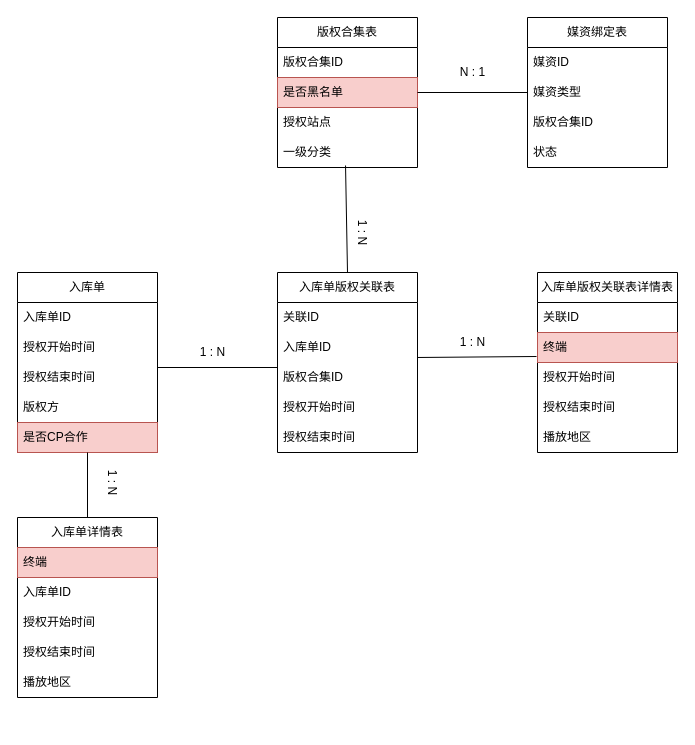
Above: 任务表.drawio in hnzhouzhoujay/Activity (draw.io), before the change. Source tidied: cells renumbered, new cells numbered last; positions are measured from the earlier drawing's top-left corner, leaving out a move shared by most shapes. Both pictures are drawn from the tidied source at 100%, with x=0, y=0 at pixel (17, 17).
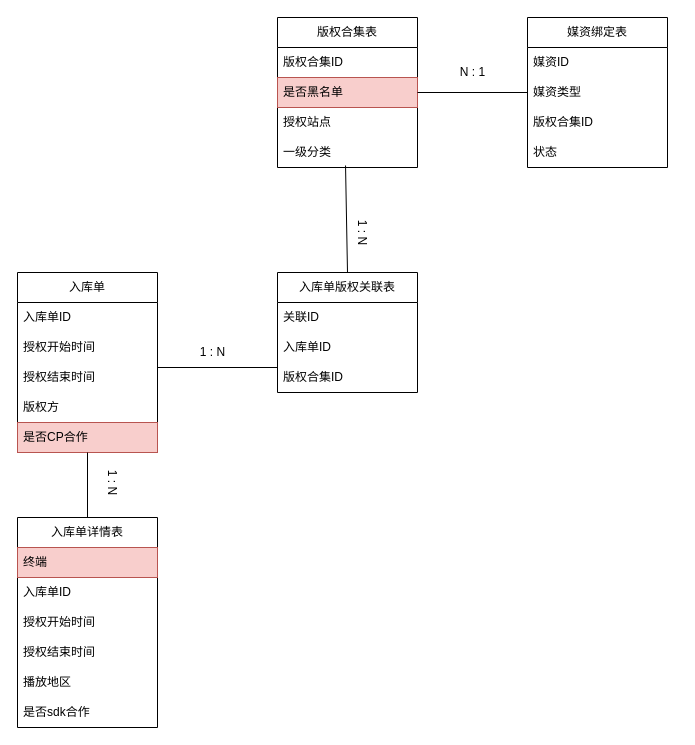
After the change.

Commit message:
更新任务表.drawio

Unchanged cells that the change refers to:
```xml
<mxCell id="20" value="入库单ID" style="text;strokeColor=none;fillColor=none;align=left;verticalAlign=middle;spacingLeft=4;spacingRight=4;overflow=hidden;points=[[0,0.5],[1,0.5]];portConstraint=eastwest;whiteSpace=wrap;html=1;" parent="18" vertex="1">
  <mxGeometry y="60" width="140" height="30" as="geometry" />
</mxCell>
```

What changed in the source:
```diff
@@
     <mxCell id="18" value="入库单版权关联表" style="swimlane;fontStyle=0;horizontal=1;startSize=30;whiteSpace=wrap;html=1;" parent="1" vertex="1">
-      <mxGeometry x="260" y="255" width="140" height="180" as="geometry" />
+      <mxGeometry x="260" y="255" width="140" height="120" as="geometry" />
     </mxCell>
@@
-    <mxCell id="22" value="授权开始时间" style="text;strokeColor=none;fillColor=none;align=left;verticalAlign=middle;spacingLeft=4;spacingRight=4;overflow=hidden;whiteSpace=wrap;html=1;" parent="18" vertex="1">
-      <mxGeometry y="120" width="140" height="30" as="geometry" />
-    </mxCell>
-    <mxCell id="23" value="授权结束时间" style="text;strokeColor=none;fillColor=none;align=left;verticalAlign=middle;spacingLeft=4;spacingRight=4;overflow=hidden;whiteSpace=wrap;html=1;" parent="18" vertex="1">
-      <mxGeometry y="150" width="140" height="30" as="geometry" />
-    </mxCell>
     <mxCell id="24" value="入库单详情表" style="swimlane;fontStyle=0;horizontal=1;startSize=30;whiteSpace=wrap;html=1;" parent="1" vertex="1">
-      <mxGeometry y="500" width="140" height="180" as="geometry" />
+      <mxGeometry y="500" width="140" height="210" as="geometry" />
     </mxCell>
@@
+    <mxCell id="35" value="播放地区" style="text;strokeColor=none;fillColor=none;align=left;verticalAlign=middle;spacingLeft=4;spacingRight=4;overflow=hidden;whiteSpace=wrap;html=1;" parent="24" vertex="1">
+      <mxGeometry y="150" width="140" height="30" as="geometry" />
+    </mxCell>
-    <mxCell id="29" value="播放地区" style="text;strokeColor=none;fillColor=none;align=left;verticalAlign=middle;spacingLeft=4;spacingRight=4;overflow=hidden;whiteSpace=wrap;html=1;" parent="24" vertex="1">
-      <mxGeometry y="150" width="140" height="30" as="geometry" />
+    <mxCell id="29" value="是否sdk合作" style="text;strokeColor=none;fillColor=none;align=left;verticalAlign=middle;spacingLeft=4;spacingRight=4;overflow=hidden;whiteSpace=wrap;html=1;" parent="24" vertex="1">
+      <mxGeometry y="180" width="140" height="30" as="geometry" />
     </mxCell>
-    <mxCell id="30" value="入库单版权关联表详情表" style="swimlane;fontStyle=0;horizontal=1;startSize=30;whiteSpace=wrap;html=1;" parent="1" vertex="1">
-      <mxGeometry x="520" y="255" width="140" height="180" as="geometry" />
-    </mxCell>
-    <mxCell id="31" value="关联ID" style="text;strokeColor=none;fillColor=none;align=left;verticalAlign=middle;spacingLeft=4;spacingRight=4;overflow=hidden;whiteSpace=wrap;html=1;" parent="30" vertex="1">
-      <mxGeometry y="30" width="140" height="30" as="geometry" />
-    </mxCell>
-    <mxCell id="32" value="终端" style="text;strokeColor=#b85450;fillColor=#f8cecc;align=left;verticalAlign=middle;spacingLeft=4;spacingRight=4;overflow=hidden;points=[[0,0.5],[1,0.5]];portConstraint=eastwest;whiteSpace=wrap;html=1;" parent="30" vertex="1">
-      <mxGeometry y="60" width="140" height="30" as="geometry" />
-    </mxCell>
-    <mxCell id="33" value="授权开始时间" style="text;strokeColor=none;fillColor=none;align=left;verticalAlign=middle;spacingLeft=4;spacingRight=4;overflow=hidden;whiteSpace=wrap;html=1;" parent="30" vertex="1">
-      <mxGeometry y="90" width="140" height="30" as="geometry" />
-    </mxCell>
-    <mxCell id="34" value="授权结束时间" style="text;strokeColor=none;fillColor=none;align=left;verticalAlign=middle;spacingLeft=4;spacingRight=4;overflow=hidden;whiteSpace=wrap;html=1;" parent="30" vertex="1">
-      <mxGeometry y="120" width="140" height="30" as="geometry" />
-    </mxCell>
-    <mxCell id="35" value="播放地区" style="text;strokeColor=none;fillColor=none;align=left;verticalAlign=middle;spacingLeft=4;spacingRight=4;overflow=hidden;whiteSpace=wrap;html=1;" parent="30" vertex="1">
-      <mxGeometry y="150" width="140" height="30" as="geometry" />
-    </mxCell>
@@
-    <mxCell id="44" style="endArrow=none;html=1;rounded=0;exitX=1;exitY=0.833;exitDx=0;exitDy=0;exitPerimeter=0;entryX=-0.007;entryY=0.8;entryDx=0;entryDy=0;entryPerimeter=0;" parent="1" edge="1" source="20" target="32">
-      <mxGeometry relative="1" as="geometry" />
-    </mxCell>
-    <mxCell id="45" value="1 : N" style="text;html=1;align=center;verticalAlign=middle;strokeColor=none;fillColor=none;rotation=0;" parent="1" vertex="1">
-      <mxGeometry x="430" y="310" width="50" height="30" as="geometry" />
-    </mxCell>
```
